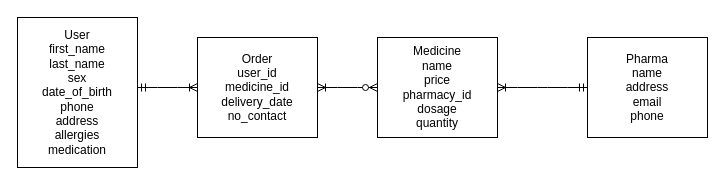
Earlier version of the draw.io diagram models.drawio (gbenga/mod5-project-backend). Source tidied: cells renumbered, new cells numbered last; positions are measured from the earlier drawing's top-left corner, leaving out a move shared by most shapes. Both pictures are drawn from the tidied source at 100%, with x=0, y=0 at pixel (17, 17).
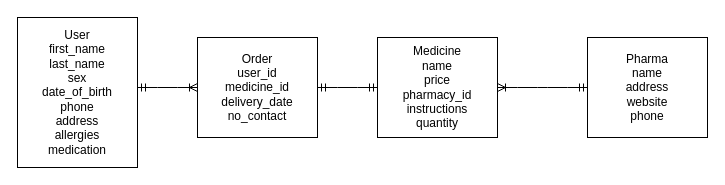
The same diagram, later.

Commit message (it also covers changes not shown here):
Update models and tables, seed db

Diff of the diagram source:
```diff
@@
 <mxGraphModel>
   <root>
     <mxCell id="0" />
     <mxCell id="1" parent="0" />
     <mxCell id="2" value="User&lt;br&gt;first_name&lt;br&gt;last_name&lt;br&gt;sex&lt;br&gt;date_of_birth&lt;br&gt;phone&lt;br&gt;address&lt;br&gt;allergies&lt;br&gt;medication" style="rounded=0;whiteSpace=wrap;html=1;" parent="1" vertex="1">
       <mxGeometry width="120" height="150" as="geometry" />
     </mxCell>
-    <mxCell id="3" value="Pharma&lt;br&gt;name&lt;br&gt;address&lt;br&gt;email&lt;br&gt;phone" style="rounded=0;whiteSpace=wrap;html=1;" parent="1" vertex="1">
+    <mxCell id="3" value="Pharma&lt;br&gt;name&lt;br&gt;address&lt;br&gt;website&lt;br&gt;phone" style="rounded=0;whiteSpace=wrap;html=1;" parent="1" vertex="1">
       <mxGeometry x="570" y="20" width="120" height="100" as="geometry" />
     </mxCell>
     <mxCell id="4" value="Order&lt;br&gt;user_id&lt;br&gt;medicine_id&lt;br&gt;delivery_date&lt;br&gt;no_contact" style="rounded=0;whiteSpace=wrap;html=1;" parent="1" vertex="1">
       <mxGeometry x="180" y="20" width="120" height="100" as="geometry" />
     </mxCell>
-    <mxCell id="5" value="Medicine&lt;br&gt;name&lt;br&gt;price&lt;br&gt;pharmacy_id&lt;br&gt;dosage&lt;br&gt;quantity" style="rounded=0;whiteSpace=wrap;html=1;" parent="1" vertex="1">
+    <mxCell id="5" value="Medicine&lt;br&gt;name&lt;br&gt;price&lt;br&gt;pharmacy_id&lt;br&gt;instructions&lt;br&gt;quantity" style="rounded=0;whiteSpace=wrap;html=1;" parent="1" vertex="1">
       <mxGeometry x="360" y="20" width="120" height="100" as="geometry" />
     </mxCell>
     <mxCell id="6" style="edgeStyle=entityRelationEdgeStyle;fontSize=12;html=1;endArrow=ERmandOne;endFill=0;exitX=1;exitY=0.5;exitDx=0;exitDy=0;startArrow=ERoneToMany;startFill=0;" parent="1" edge="1" source="5">
       <mxGeometry relative="1" as="geometry">
         <mxPoint x="570" y="70" as="targetPoint" />
       </mxGeometry>
     </mxCell>
     <mxCell id="7" style="edgeStyle=entityRelationEdgeStyle;fontSize=12;html=1;endArrow=ERoneToMany;startArrow=ERmandOne;entryX=0;entryY=0.5;entryDx=0;entryDy=0;" parent="1" edge="1" target="4">
       <mxGeometry relative="1" as="geometry">
         <mxPoint x="120" y="70" as="sourcePoint" />
       </mxGeometry>
     </mxCell>
-    <mxCell id="8" style="edgeStyle=entityRelationEdgeStyle;fontSize=12;html=1;endArrow=ERzeroToMany;startArrow=ERoneToMany;entryX=0;entryY=0.5;entryDx=0;entryDy=0;startFill=0;" parent="1" edge="1" target="5">
+    <mxCell id="8" style="edgeStyle=entityRelationEdgeStyle;fontSize=12;html=1;endArrow=ERmandOne;startArrow=ERmandOne;entryX=0;entryY=0.5;entryDx=0;entryDy=0;startFill=0;endFill=0;" parent="1" edge="1" target="5">
       <mxGeometry relative="1" as="geometry">
         <mxPoint x="300" y="70" as="sourcePoint" />
       </mxGeometry>
     </mxCell>
   </root>
 </mxGraphModel>
```
